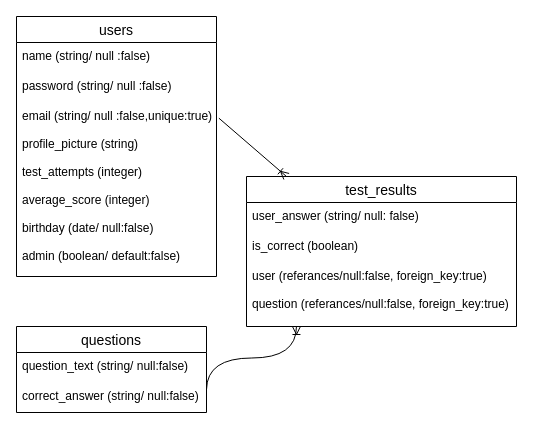
Earlier version of the draw.io diagram er.dio (kiatklai/kanjiwhiz). Source tidied: cells renumbered, new cells numbered last; positions are measured from the earlier drawing's top-left corner, leaving out a move shared by most shapes. Both pictures are drawn from the tidied source at 100%, with x=0, y=0 at pixel (16, 16).
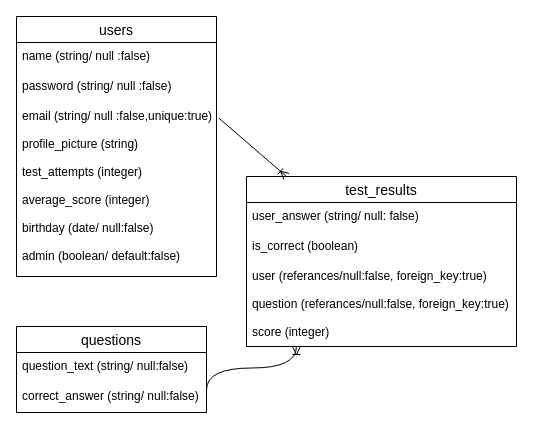
Above is the later version.

Diff of the diagram source:
```diff
@@
 <mxGraphModel>
   <root>
     <mxCell id="0" />
     <mxCell id="1" parent="0" />
     <mxCell id="2" value="users" style="swimlane;fontStyle=0;horizontal=1;startSize=26;align=center;fontSize=14;" parent="1" vertex="1">
       <mxGeometry width="200" height="260" as="geometry" />
     </mxCell>
     <mxCell id="3" value="name (string/ null :false)" style="text;strokeColor=none;fillColor=none;spacingLeft=4;spacingRight=4;overflow=hidden;fontSize=12;" parent="2" vertex="1">
       <mxGeometry y="26" width="200" height="30" as="geometry" />
     </mxCell>
     <mxCell id="4" value="password (string/ null :false)" style="text;strokeColor=none;fillColor=none;spacingLeft=4;spacingRight=4;overflow=hidden;fontSize=12;" parent="2" vertex="1">
       <mxGeometry y="56" width="200" height="30" as="geometry" />
     </mxCell>
     <mxCell id="5" value="email (string/ null :false,unique:true)&#10;&#10;profile_picture (string)&#10;&#10;test_attempts (integer)&#10;&#10;average_score (integer)&#10;&#10;birthday (date/ null:false)&#10;&#10;admin (boolean/ default:false)" style="text;strokeColor=none;fillColor=none;spacingLeft=4;spacingRight=4;overflow=hidden;points=[[0,0.5],[1,0.5]];portConstraint=eastwest;fontSize=12;" parent="2" vertex="1">
       <mxGeometry y="86" width="200" height="174" as="geometry" />
     </mxCell>
     <mxCell id="6" value="test_results" style="swimlane;fontStyle=0;horizontal=1;startSize=26;align=center;fontSize=14;" parent="1" vertex="1">
-      <mxGeometry x="230" y="160" width="270" height="150" as="geometry" />
+      <mxGeometry x="230" y="160" width="270" height="170" as="geometry" />
     </mxCell>
     <mxCell id="7" value="user_answer (string/ null: false)" style="text;strokeColor=none;fillColor=none;spacingLeft=4;spacingRight=4;overflow=hidden;fontSize=12;" parent="6" vertex="1">
       <mxGeometry y="26" width="270" height="30" as="geometry" />
     </mxCell>
     <mxCell id="8" value="is_correct (boolean)" style="text;strokeColor=none;fillColor=none;spacingLeft=4;spacingRight=4;overflow=hidden;fontSize=12;" parent="6" vertex="1">
       <mxGeometry y="56" width="270" height="30" as="geometry" />
     </mxCell>
-    <mxCell id="9" value="user (referances/null:false, foreign_key:true)&#10;&#10;question (referances/null:false, foreign_key:true)" style="text;strokeColor=none;fillColor=none;spacingLeft=4;spacingRight=4;overflow=hidden;points=[[0,0.5],[1,0.5]];portConstraint=eastwest;fontSize=12;" parent="6" vertex="1">
-      <mxGeometry y="86" width="270" height="64" as="geometry" />
+    <mxCell id="9" value="user (referances/null:false, foreign_key:true)&#10;&#10;question (referances/null:false, foreign_key:true)&#10;&#10;score (integer)" style="text;strokeColor=none;fillColor=none;spacingLeft=4;spacingRight=4;overflow=hidden;points=[[0,0.5],[1,0.5]];portConstraint=eastwest;fontSize=12;" parent="6" vertex="1">
+      <mxGeometry y="86" width="270" height="84" as="geometry" />
     </mxCell>
     <mxCell id="10" value="questions" style="swimlane;fontStyle=0;horizontal=1;startSize=26;align=center;fontSize=14;" parent="1" vertex="1">
       <mxGeometry y="310" width="190" height="86" as="geometry" />
     </mxCell>
     <mxCell id="11" value="question_text (string/ null:false)" style="text;strokeColor=none;fillColor=none;spacingLeft=4;spacingRight=4;overflow=hidden;fontSize=12;" parent="10" vertex="1">
       <mxGeometry y="26" width="190" height="30" as="geometry" />
     </mxCell>
     <mxCell id="12" value="correct_answer (string/ null:false)" style="text;strokeColor=none;fillColor=none;spacingLeft=4;spacingRight=4;overflow=hidden;fontSize=12;" parent="10" vertex="1">
       <mxGeometry y="56" width="190" height="30" as="geometry" />
     </mxCell>
     <mxCell id="13" style="fontSize=12;html=1;endArrow=ERoneToMany;exitX=1.012;exitY=0.09;exitDx=0;exitDy=0;exitPerimeter=0;" parent="1" edge="1" source="5">
       <mxGeometry relative="1" as="geometry">
         <mxPoint x="270" y="160" as="targetPoint" />
       </mxGeometry>
     </mxCell>
     <mxCell id="14" style="edgeStyle=orthogonalEdgeStyle;fontSize=12;html=1;endArrow=ERoneToMany;curved=1;entryX=0.185;entryY=1;entryDx=0;entryDy=0;entryPerimeter=0;" parent="1" edge="1" target="9">
       <mxGeometry relative="1" as="geometry">
         <mxPoint x="190" y="373" as="sourcePoint" />
       </mxGeometry>
     </mxCell>
   </root>
 </mxGraphModel>
```
